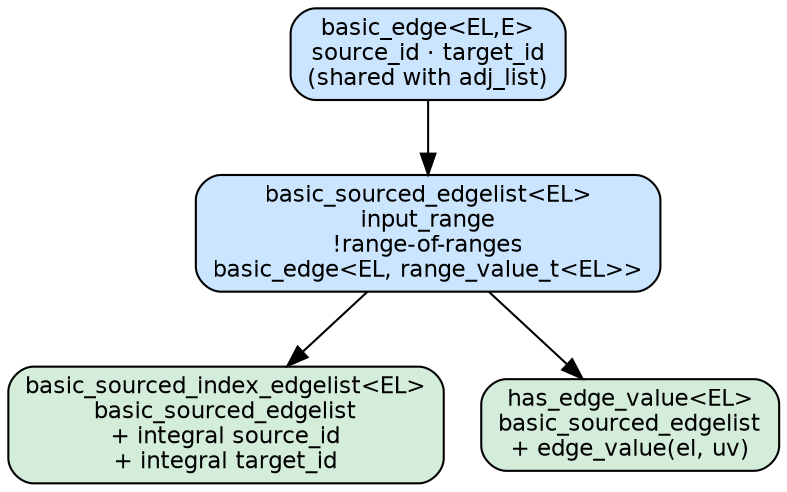
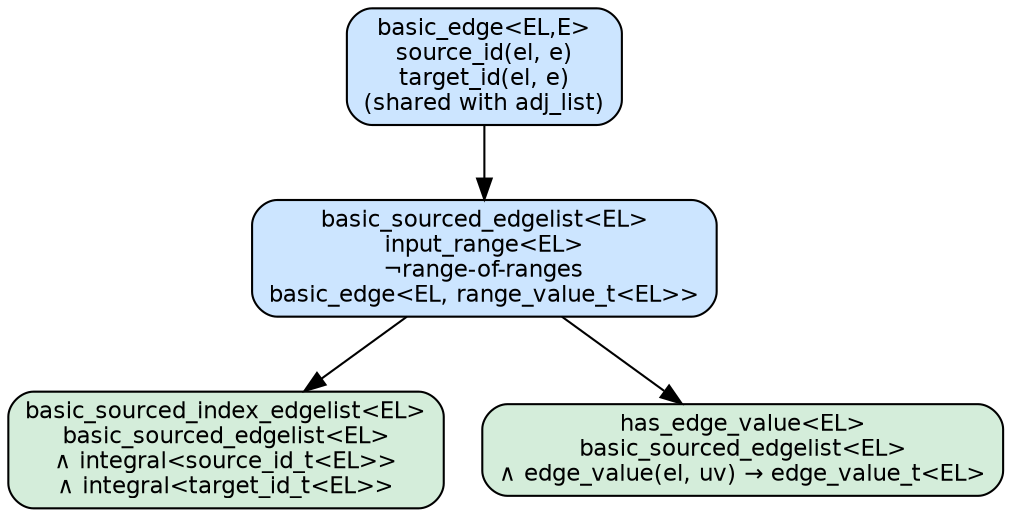
// Concept hierarchy for graph::edge_list
// Generate image: dot -Tsvg edge_list_concepts.dot -o edge_list_concepts.svg

digraph EdgeListConceptHierarchy {
    rankdir = TB
    node [shape=box, style="filled,rounded", fontname="Helvetica", fontsize=11]
    edge [fontname="Helvetica", fontsize=9]

    // ── Primitive concepts ────────────────────────────────────────────────────

    node [fillcolor="#cce5ff"]  // light blue

-     basic_edge [label="basic_edge<EL,E>\nsource_id · target_id\n(shared with adj_list)"]
-     basic_sourced_edgelist [label="basic_sourced_edgelist<EL>\ninput_range\n!range-of-ranges\nbasic_edge<EL, range_value_t<EL>>"]
+     basic_edge [label="basic_edge<EL,E>\nsource_id(el, e)\ntarget_id(el, e)\n(shared with adj_list)"]
+     basic_sourced_edgelist [label="basic_sourced_edgelist<EL>\ninput_range<EL>\n¬range-of-ranges\nbasic_edge<EL, range_value_t<EL>>"]

    // ── Refinements ───────────────────────────────────────────────────────────

    node [fillcolor="#d4edda"]  // light green

-     basic_sourced_index_edgelist [label="basic_sourced_index_edgelist<EL>\nbasic_sourced_edgelist\n+ integral source_id\n+ integral target_id"]
+     basic_sourced_index_edgelist [label="basic_sourced_index_edgelist<EL>\nbasic_sourced_edgelist<EL>\n∧ integral<source_id_t<EL>>\n∧ integral<target_id_t<EL>>"]

-     has_edge_value [label="has_edge_value<EL>\nbasic_sourced_edgelist\n+ edge_value(el, uv)"]
+     has_edge_value [label="has_edge_value<EL>\nbasic_sourced_edgelist<EL>\n∧ edge_value(el, uv) → edge_value_t<EL>"]

    // ── Edges ─────────────────────────────────────────────────────────────────

    basic_edge -> basic_sourced_edgelist
    basic_sourced_edgelist -> basic_sourced_index_edgelist
    basic_sourced_edgelist -> has_edge_value

    // ── Rank hints ────────────────────────────────────────────────────────────
    { rank=same; basic_sourced_index_edgelist; has_edge_value }
}
